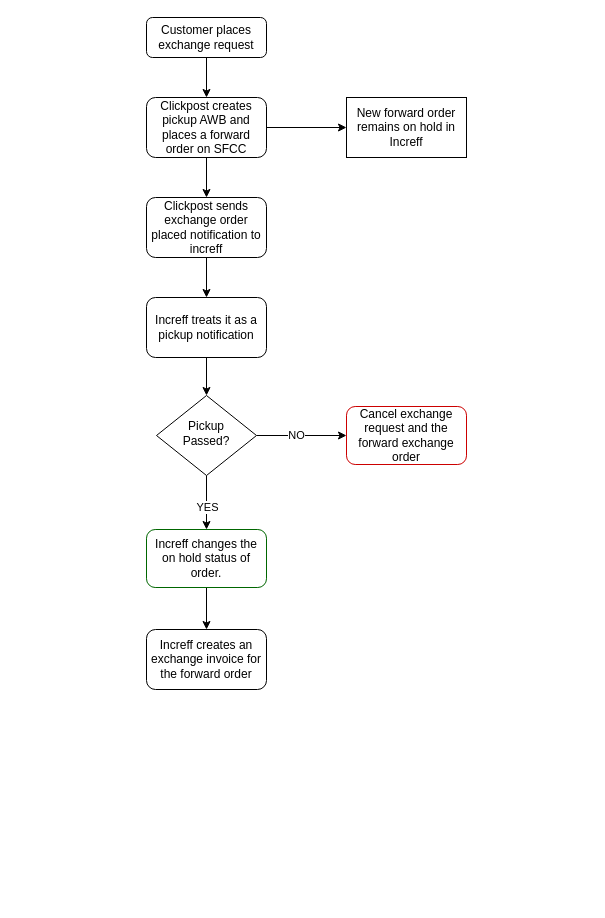
SaketNarayane/ProcessFlows keeps this draw.io diagram as Event Flow.drawio. Above is the earlier version. Source tidied: cells renumbered, new cells numbered last; positions are measured from the earlier drawing's top-left corner, leaving out a move shared by most shapes. Both pictures are drawn from the tidied source at 100%, with x=0, y=0 at pixel (146, 17).
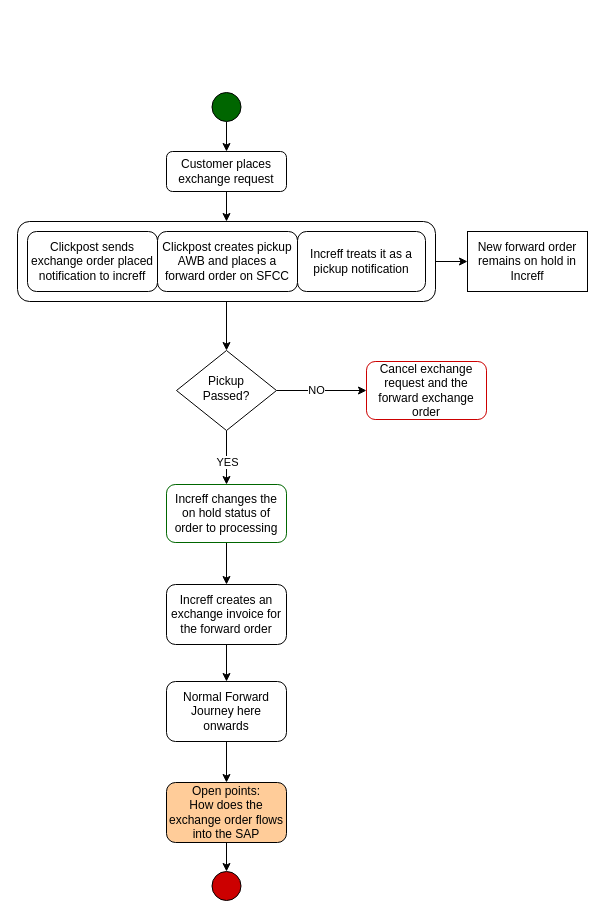
The same page after the edit.

The edit, as a diff of the source:
```diff
@@
+    <mxCell id="21" style="edgeStyle=orthogonalEdgeStyle;rounded=0;jettySize=auto;html=1;exitX=0.5;exitY=1;exitDx=0;exitDy=0;entryX=0.5;entryY=0;entryDx=0;entryDy=0;" parent="1" edge="1" source="12" target="8">
+      <mxGeometry relative="1" as="geometry" />
+    </mxCell>
+    <mxCell id="12" style="rounded=1;whiteSpace=wrap;html=1;fontSize=12;glass=0;strokeWidth=1;shadow=0;" parent="1" vertex="1">
+      <mxGeometry x="-129" y="204" width="418" height="80" as="geometry" />
+    </mxCell>
+    <mxCell id="22" value="Clickpost creates pickup AWB and places a forward order on SFCC" style="rounded=1;whiteSpace=wrap;html=1;fontSize=12;glass=0;strokeWidth=1;shadow=0;" parent="1" vertex="1">
+      <mxGeometry x="11" y="214" width="140" height="60" as="geometry" />
+    </mxCell>
@@
     <mxCell id="3" value="Customer places exchange request" style="rounded=1;whiteSpace=wrap;html=1;fontSize=12;glass=0;strokeWidth=1;shadow=0;" parent="1" vertex="1">
-      <mxGeometry width="120" height="40" as="geometry" />
+      <mxGeometry x="20" y="134" width="120" height="40" as="geometry" />
     </mxCell>
@@
     <mxCell id="8" value="Pickup&lt;br&gt;Passed?" style="rhombus;whiteSpace=wrap;html=1;shadow=0;fontFamily=Helvetica;fontSize=12;align=center;strokeWidth=1;spacing=6;spacingTop=-4;" parent="1" vertex="1">
-      <mxGeometry x="10" y="378" width="100" height="80" as="geometry" />
+      <mxGeometry x="30" y="333" width="100" height="80" as="geometry" />
     </mxCell>
     <mxCell id="9" value="Cancel exchange request and the forward exchange order" style="rounded=1;whiteSpace=wrap;html=1;fontSize=12;glass=0;strokeWidth=1;shadow=0;strokeColor=#CC0000;" parent="1" vertex="1">
-      <mxGeometry x="200" y="389" width="120" height="58" as="geometry" />
+      <mxGeometry x="220" y="344" width="120" height="58" as="geometry" />
     </mxCell>
@@
-    <mxCell id="11" style="edgeStyle=orthogonalEdgeStyle;rounded=0;jettySize=auto;html=1;" parent="1" edge="1" source="12" target="18">
-      <mxGeometry relative="1" as="geometry" />
-    </mxCell>
-    <mxCell id="12" value="Clickpost creates pickup AWB and places a forward order on SFCC" style="rounded=1;whiteSpace=wrap;html=1;fontSize=12;glass=0;strokeWidth=1;shadow=0;" parent="1" vertex="1">
-      <mxGeometry y="80" width="120" height="60" as="geometry" />
-    </mxCell>
     <mxCell id="13" value="New forward order remains on hold in Increff" style="rounded=0;whiteSpace=wrap;html=1;" parent="1" vertex="1">
-      <mxGeometry x="200" y="80" width="120" height="60" as="geometry" />
+      <mxGeometry x="321" y="214" width="120" height="60" as="geometry" />
     </mxCell>
@@
-    <mxCell id="15" value="Increff changes the on hold status of order." style="rounded=1;whiteSpace=wrap;html=1;fontSize=12;glass=0;strokeWidth=1;shadow=0;strokeColor=#006600;" parent="1" vertex="1">
-      <mxGeometry y="512" width="120" height="58" as="geometry" />
+    <mxCell id="15" value="Increff changes the on hold status of order to processing" style="rounded=1;whiteSpace=wrap;html=1;fontSize=12;glass=0;strokeWidth=1;shadow=0;strokeColor=#006600;" parent="1" vertex="1">
+      <mxGeometry x="20" y="467" width="120" height="58" as="geometry" />
     </mxCell>
+    <mxCell id="23" style="edgeStyle=orthogonalEdgeStyle;rounded=0;jettySize=auto;html=1;" parent="1" edge="1" source="16" target="25">
+      <mxGeometry relative="1" as="geometry" />
+    </mxCell>
     <mxCell id="16" value="Increff creates an exchange invoice for the forward order" style="whiteSpace=wrap;html=1;rounded=1;glass=0;strokeWidth=1;shadow=0;" parent="1" vertex="1">
-      <mxGeometry y="612" width="120" height="60" as="geometry" />
+      <mxGeometry x="20" y="567" width="120" height="60" as="geometry" />
     </mxCell>
-    <mxCell id="17" style="edgeStyle=orthogonalEdgeStyle;rounded=0;jettySize=auto;html=1;" parent="1" edge="1" source="18" target="20">
-      <mxGeometry relative="1" as="geometry" />
-    </mxCell>
     <mxCell id="18" value="Clickpost sends exchange order placed notification to increff" style="rounded=1;whiteSpace=wrap;html=1;fontSize=12;glass=0;strokeWidth=1;shadow=0;" parent="1" vertex="1">
-      <mxGeometry y="180" width="120" height="60" as="geometry" />
+      <mxGeometry x="-119" y="214" width="130" height="60" as="geometry" />
     </mxCell>
-    <mxCell id="19" style="edgeStyle=orthogonalEdgeStyle;rounded=0;jettySize=auto;html=1;" parent="1" edge="1" source="20" target="8">
-      <mxGeometry relative="1" as="geometry" />
-    </mxCell>
     <mxCell id="20" value="Increff treats it as a pickup notification" style="rounded=1;whiteSpace=wrap;html=1;fontSize=12;glass=0;strokeWidth=1;shadow=0;" parent="1" vertex="1">
-      <mxGeometry y="280" width="120" height="60" as="geometry" />
+      <mxGeometry x="151" y="214" width="128" height="60" as="geometry" />
     </mxCell>
+    <mxCell id="24" style="edgeStyle=orthogonalEdgeStyle;rounded=0;jettySize=auto;html=1;" parent="1" edge="1" source="25" target="27">
+      <mxGeometry relative="1" as="geometry" />
+    </mxCell>
+    <mxCell id="25" value="Normal Forward Journey here onwards" style="whiteSpace=wrap;html=1;rounded=1;glass=0;strokeWidth=1;shadow=0;" parent="1" vertex="1">
+      <mxGeometry x="20" y="664" width="120" height="60" as="geometry" />
+    </mxCell>
+    <mxCell id="26" style="edgeStyle=orthogonalEdgeStyle;rounded=0;jettySize=auto;html=1;" parent="1" edge="1" source="27" target="30">
+      <mxGeometry relative="1" as="geometry" />
+    </mxCell>
+    <mxCell id="27" value="Open points:&lt;br&gt;How does the exchange order flows into the SAP" style="whiteSpace=wrap;html=1;rounded=1;glass=0;strokeWidth=1;shadow=0;fillColor=#FFCC99;" parent="1" vertex="1">
+      <mxGeometry x="20" y="765" width="120" height="60" as="geometry" />
+    </mxCell>
+    <mxCell id="28" style="edgeStyle=orthogonalEdgeStyle;rounded=0;jettySize=auto;html=1;" parent="1" edge="1" source="29" target="3">
+      <mxGeometry relative="1" as="geometry" />
+    </mxCell>
+    <mxCell id="29" style="ellipse;whiteSpace=wrap;html=1;fillColor=#006600;" parent="1" vertex="1">
+      <mxGeometry x="65.5" y="75" width="29" height="29" as="geometry" />
+    </mxCell>
+    <mxCell id="30" style="ellipse;whiteSpace=wrap;html=1;fillColor=#CC0000;" parent="1" vertex="1">
+      <mxGeometry x="65.5" y="854" width="29" height="29" as="geometry" />
+    </mxCell>
```
